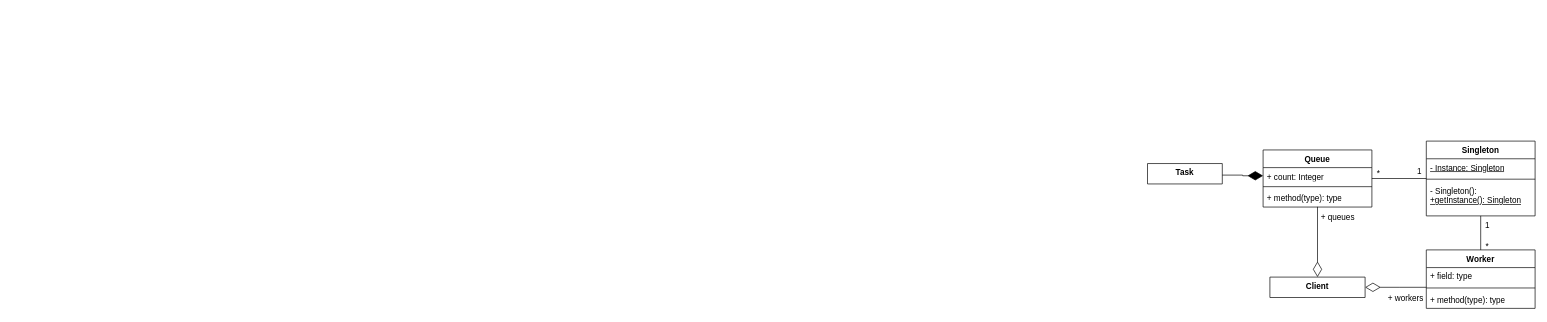
Above: lab01/lab01/Singleton.drawio.xml in UWU-Sharky/Shmakov_OOAP (draw.io), before the change. Source tidied: cells renumbered, new cells numbered last; positions are measured from the earlier drawing's top-left corner, leaving out a move shared by most shapes. Both pictures are drawn from the tidied source at 68%, with x=0, y=0 at pixel (1147, 141).
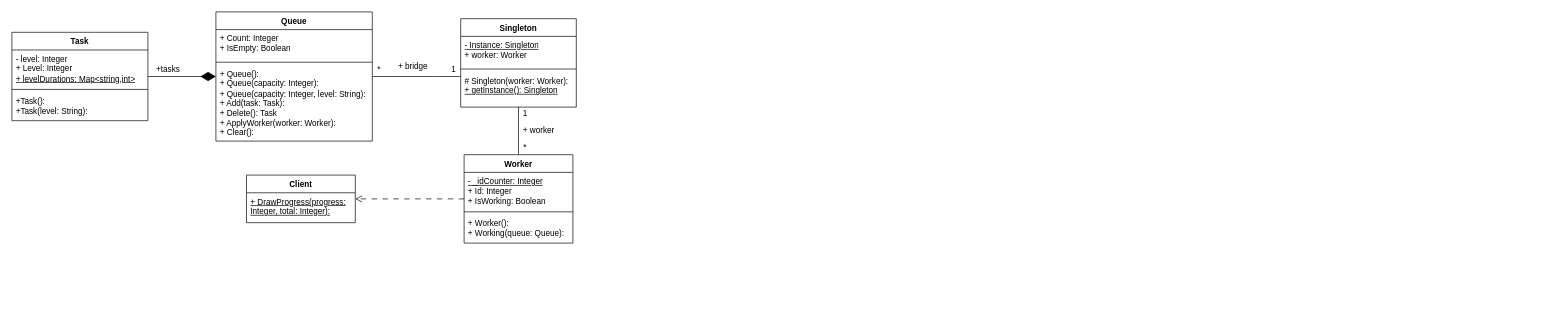
Above is the later version.

Commit message (it also covers changes not shown here):
UPD drawio daigram

The edit, as a diff of the source:
```diff
@@
-    <mxCell id="2" style="edgeStyle=orthogonalEdgeStyle;rounded=0;jettySize=auto;html=1;endArrow=none;endFill=0;endSize=8;startArrow=diamondThin;startFill=0;startSize=20;" parent="1" edge="1" source="3">
-      <mxGeometry relative="1" as="geometry">
-        <mxPoint x="410" y="215" as="targetPoint" />
-      </mxGeometry>
-    </mxCell>
+    <mxCell id="21" value="Task" style="swimlane;fontStyle=1;align=center;verticalAlign=top;horizontal=1;startSize=26;whiteSpace=wrap;html=1;" parent="1" vertex="1">
+      <mxGeometry x="-1670" y="-160" width="200" height="130" as="geometry" />
+    </mxCell>
+    <mxCell id="27" value="- level: Integer&lt;div&gt;+ Level: Integer&lt;/div&gt;&lt;div&gt;&lt;u&gt;+ levelDurations: Map&amp;lt;string,int&amp;gt;&lt;/u&gt;&lt;/div&gt;" style="text;strokeColor=none;fillColor=none;align=left;verticalAlign=top;spacingLeft=4;spacingRight=4;overflow=hidden;whiteSpace=wrap;html=1;" parent="21" vertex="1">
+      <mxGeometry y="26" width="200" height="54" as="geometry" />
+    </mxCell>
+    <mxCell id="28" style="line;strokeWidth=1;fillColor=none;align=left;verticalAlign=middle;spacingTop=-1;spacingLeft=3;spacingRight=3;labelPosition=right;strokeColor=inherit;" parent="21" vertex="1">
+      <mxGeometry y="80" width="200" height="8" as="geometry" />
+    </mxCell>
+    <mxCell id="29" value="+Task():&amp;nbsp;&lt;div&gt;+Task(level: String):&lt;/div&gt;" style="text;strokeColor=none;fillColor=none;align=left;verticalAlign=top;spacingLeft=4;spacingRight=4;overflow=hidden;whiteSpace=wrap;html=1;" parent="21" vertex="1">
+      <mxGeometry y="88" width="200" height="42" as="geometry" />
+    </mxCell>
+    <mxCell id="30" style="edgeStyle=orthogonalEdgeStyle;rounded=0;jettySize=auto;html=1;endArrow=none;endFill=0;startArrow=diamondThin;startFill=1;startSize=20;" parent="1" edge="1" source="10" target="21">
+      <mxGeometry relative="1" as="geometry" />
+    </mxCell>
+    <mxCell id="10" value="Queue" style="swimlane;fontStyle=1;align=center;verticalAlign=top;horizontal=1;startSize=26;whiteSpace=wrap;html=1;" parent="1" vertex="1">
+      <mxGeometry x="-1370" y="-190" width="230" height="190" as="geometry" />
+    </mxCell>
+    <mxCell id="31" value="&lt;div&gt;+ Count: Integer&lt;/div&gt;&lt;div&gt;+ IsEmpty: Boolean&lt;/div&gt;" style="text;strokeColor=none;fillColor=none;align=left;verticalAlign=top;spacingLeft=4;spacingRight=4;overflow=hidden;whiteSpace=wrap;html=1;" parent="10" vertex="1">
+      <mxGeometry y="26" width="230" height="44" as="geometry" />
+    </mxCell>
+    <mxCell id="32" style="line;strokeWidth=1;fillColor=none;align=left;verticalAlign=middle;spacingTop=-1;spacingLeft=3;spacingRight=3;labelPosition=right;strokeColor=inherit;" parent="10" vertex="1">
+      <mxGeometry y="70" width="230" height="8" as="geometry" />
+    </mxCell>
+    <mxCell id="33" value="+ Queue():&lt;div&gt;+&amp;nbsp;&lt;span style=&quot;background-color: transparent; color: light-dark(rgb(0, 0, 0), rgb(255, 255, 255));&quot;&gt;Queue(capacity: Integer):&lt;/span&gt;&lt;/div&gt;&lt;div&gt;+&amp;nbsp;&lt;span style=&quot;color: light-dark(rgb(0, 0, 0), rgb(255, 255, 255)); background-color: transparent;&quot;&gt;Queue(capacity: Integer, level: String):&lt;/span&gt;&lt;span style=&quot;background-color: transparent; color: light-dark(rgb(0, 0, 0), rgb(255, 255, 255));&quot;&gt;&lt;/span&gt;&lt;/div&gt;&lt;div&gt;+ Add(task: Task):&lt;/div&gt;&lt;div&gt;+ Delete(): Task&lt;/div&gt;&lt;div&gt;+ ApplyWorker(worker: Worker):&amp;nbsp;&lt;/div&gt;&lt;div&gt;+ Clear():&amp;nbsp;&lt;/div&gt;" style="text;strokeColor=none;fillColor=none;align=left;verticalAlign=top;spacingLeft=4;spacingRight=4;overflow=hidden;whiteSpace=wrap;html=1;" parent="10" vertex="1">
+      <mxGeometry y="78" width="230" height="112" as="geometry" />
+    </mxCell>
+    <mxCell id="34" value="+tasks" style="text;html=1;whiteSpace=wrap;strokeColor=none;fillColor=none;align=center;verticalAlign=middle;rounded=0;" parent="1" vertex="1">
+      <mxGeometry x="-1470" y="-120" width="60" height="30" as="geometry" />
+    </mxCell>
+    <mxCell id="35" style="edgeStyle=orthogonalEdgeStyle;rounded=0;jettySize=auto;html=1;endArrow=none;endFill=0;" parent="1" edge="1" source="5" target="10">
+      <mxGeometry relative="1" as="geometry">
+        <Array as="points">
+          <mxPoint x="-1050" y="-95" />
+          <mxPoint x="-1050" y="-95" />
+        </Array>
+      </mxGeometry>
+    </mxCell>
+    <mxCell id="5" value="Singleton" style="swimlane;fontStyle=1;align=center;verticalAlign=top;horizontal=1;startSize=26;whiteSpace=wrap;html=1;" parent="1" vertex="1">
+      <mxGeometry x="-1010" y="-180" width="170" height="130" as="geometry" />
+    </mxCell>
+    <mxCell id="36" value="&lt;u&gt;- Instance: Singleton&lt;/u&gt;&lt;div&gt;+ worker: Worker&lt;/div&gt;" style="text;strokeColor=none;fillColor=none;align=left;verticalAlign=top;spacingLeft=4;spacingRight=4;overflow=hidden;whiteSpace=wrap;html=1;" parent="5" vertex="1">
+      <mxGeometry y="26" width="170" height="44" as="geometry" />
+    </mxCell>
+    <mxCell id="37" style="line;strokeWidth=1;fillColor=none;align=left;verticalAlign=middle;spacingTop=-1;spacingLeft=3;spacingRight=3;labelPosition=right;strokeColor=inherit;" parent="5" vertex="1">
+      <mxGeometry y="70" width="170" height="8" as="geometry" />
+    </mxCell>
+    <mxCell id="38" value="# Singleton(worker: Worker):&lt;div&gt;&lt;u&gt;+ getInstance(): Singleton&lt;/u&gt;&lt;/div&gt;" style="text;strokeColor=none;fillColor=none;align=left;verticalAlign=top;spacingLeft=4;spacingRight=4;overflow=hidden;whiteSpace=wrap;html=1;" parent="5" vertex="1">
+      <mxGeometry y="78" width="170" height="52" as="geometry" />
+    </mxCell>
+    <mxCell id="39" value="+ bridge" style="text;html=1;whiteSpace=wrap;strokeColor=none;fillColor=none;align=center;verticalAlign=middle;rounded=0;" parent="1" vertex="1">
+      <mxGeometry x="-1110" y="-125" width="60" height="30" as="geometry" />
+    </mxCell>
+    <mxCell id="40" value="1" style="text;html=1;whiteSpace=wrap;strokeColor=none;fillColor=none;align=center;verticalAlign=middle;rounded=0;" parent="1" vertex="1">
+      <mxGeometry x="-1030" y="-115" width="20" height="20" as="geometry" />
+    </mxCell>
+    <mxCell id="41" value="*" style="text;html=1;whiteSpace=wrap;strokeColor=none;fillColor=none;align=center;verticalAlign=middle;rounded=0;" parent="1" vertex="1">
+      <mxGeometry x="-1140" y="-115" width="20" height="20" as="geometry" />
+    </mxCell>
+    <mxCell id="42" style="edgeStyle=orthogonalEdgeStyle;rounded=0;jettySize=auto;html=1;startArrow=none;startFill=0;endArrow=none;endFill=0;" parent="1" edge="1" source="14" target="5">
+      <mxGeometry relative="1" as="geometry" />
+    </mxCell>
+    <mxCell id="43" style="edgeStyle=orthogonalEdgeStyle;rounded=0;jettySize=auto;html=1;dashed=1;dashPattern=8 8;endArrow=open;endFill=0;endSize=8;" parent="1" edge="1" source="14" target="3">
+      <mxGeometry relative="1" as="geometry" />
+    </mxCell>
+    <mxCell id="14" value="Worker" style="swimlane;fontStyle=1;align=center;verticalAlign=top;horizontal=1;startSize=26;whiteSpace=wrap;html=1;" parent="1" vertex="1">
+      <mxGeometry x="-1005" y="20" width="160" height="130" as="geometry" />
+    </mxCell>
+    <mxCell id="44" value="&lt;u&gt;- _idCounter: Integer&lt;/u&gt;&lt;div&gt;+ Id: Integer&lt;/div&gt;&lt;div&gt;+ IsWorking: Boolean&lt;/div&gt;" style="text;strokeColor=none;fillColor=none;align=left;verticalAlign=top;spacingLeft=4;spacingRight=4;overflow=hidden;whiteSpace=wrap;html=1;" parent="14" vertex="1">
+      <mxGeometry y="26" width="160" height="54" as="geometry" />
+    </mxCell>
+    <mxCell id="45" style="line;strokeWidth=1;fillColor=none;align=left;verticalAlign=middle;spacingTop=-1;spacingLeft=3;spacingRight=3;labelPosition=right;strokeColor=inherit;" parent="14" vertex="1">
+      <mxGeometry y="80" width="160" height="8" as="geometry" />
+    </mxCell>
+    <mxCell id="46" value="+ Worker():&lt;div&gt;+ Working(queue: Queue):&lt;/div&gt;" style="text;strokeColor=none;fillColor=none;align=left;verticalAlign=top;spacingLeft=4;spacingRight=4;overflow=hidden;whiteSpace=wrap;html=1;" parent="14" vertex="1">
+      <mxGeometry y="88" width="160" height="42" as="geometry" />
+    </mxCell>
+    <mxCell id="47" value="+ worker" style="text;html=1;whiteSpace=wrap;strokeColor=none;fillColor=none;align=center;verticalAlign=middle;rounded=0;" parent="1" vertex="1">
+      <mxGeometry x="-925" y="-30" width="60" height="30" as="geometry" />
+    </mxCell>
+    <mxCell id="48" value="1" style="text;html=1;whiteSpace=wrap;strokeColor=none;fillColor=none;align=center;verticalAlign=middle;rounded=0;" parent="1" vertex="1">
+      <mxGeometry x="-925" y="-50" width="20" height="20" as="geometry" />
+    </mxCell>
+    <mxCell id="49" value="*" style="text;html=1;whiteSpace=wrap;strokeColor=none;fillColor=none;align=center;verticalAlign=middle;rounded=0;" parent="1" vertex="1">
+      <mxGeometry x="-925" width="20" height="20" as="geometry" />
+    </mxCell>
-    <mxCell id="3" value="Client" style="swimlane;fontStyle=1;align=center;verticalAlign=top;horizontal=1;startSize=30;whiteSpace=wrap;html=1;" parent="1" vertex="1">
-      <mxGeometry x="180" y="200" width="140" height="30" as="geometry" />
+    <mxCell id="3" value="Client" style="swimlane;fontStyle=1;align=center;verticalAlign=top;horizontal=1;startSize=26;whiteSpace=wrap;html=1;" parent="1" vertex="1">
+      <mxGeometry x="-1325" y="50" width="160" height="70" as="geometry" />
     </mxCell>
-    <mxCell id="4" style="edgeStyle=orthogonalEdgeStyle;rounded=0;jettySize=auto;html=1;endArrow=none;endFill=0;endSize=8;" parent="1" edge="1" source="5" target="14">
-      <mxGeometry relative="1" as="geometry" />
-    </mxCell>
-    <mxCell id="5" value="Singleton" style="swimlane;fontStyle=1;align=center;verticalAlign=top;horizontal=1;startSize=26;whiteSpace=wrap;html=1;" parent="1" vertex="1">
-      <mxGeometry x="410" width="160" height="110" as="geometry" />
-    </mxCell>
-    <mxCell id="6" value="&lt;u&gt;- Instance: Singleton&lt;/u&gt;" style="text;strokeColor=none;fillColor=none;align=left;verticalAlign=top;spacingLeft=4;spacingRight=4;overflow=hidden;whiteSpace=wrap;html=1;" parent="5" vertex="1">
-      <mxGeometry y="26" width="160" height="26" as="geometry" />
-    </mxCell>
-    <mxCell id="7" style="line;strokeWidth=1;fillColor=none;align=left;verticalAlign=middle;spacingTop=-1;spacingLeft=3;spacingRight=3;labelPosition=right;strokeColor=inherit;" parent="5" vertex="1">
-      <mxGeometry y="52" width="160" height="8" as="geometry" />
-    </mxCell>
-    <mxCell id="8" value="- Singleton():&lt;div&gt;&lt;u&gt;+getInstance(): Singleton&lt;/u&gt;&lt;/div&gt;" style="text;strokeColor=none;fillColor=none;align=left;verticalAlign=top;spacingLeft=4;spacingRight=4;overflow=hidden;whiteSpace=wrap;html=1;" parent="5" vertex="1">
-      <mxGeometry y="60" width="160" height="50" as="geometry" />
-    </mxCell>
-    <mxCell id="9" style="edgeStyle=orthogonalEdgeStyle;rounded=0;jettySize=auto;html=1;endArrow=none;endFill=0;endSize=8;" parent="1" edge="1" source="10" target="5">
-      <mxGeometry relative="1" as="geometry" />
-    </mxCell>
-    <mxCell id="10" value="Queue" style="swimlane;fontStyle=1;align=center;verticalAlign=top;horizontal=1;startSize=26;whiteSpace=wrap;html=1;" parent="1" vertex="1">
-      <mxGeometry x="170" y="13" width="160" height="84" as="geometry" />
-    </mxCell>
-    <mxCell id="11" value="&lt;div&gt;+ count: Integer&lt;/div&gt;" style="text;strokeColor=none;fillColor=none;align=left;verticalAlign=top;spacingLeft=4;spacingRight=4;overflow=hidden;points=[[0,0.5],[1,0.5]];portConstraint=eastwest;whiteSpace=wrap;html=1;" parent="10" vertex="1">
-      <mxGeometry y="26" width="160" height="24" as="geometry" />
-    </mxCell>
-    <mxCell id="12" style="line;strokeWidth=1;fillColor=none;align=left;verticalAlign=middle;spacingTop=-1;spacingLeft=3;spacingRight=3;labelPosition=right;strokeColor=inherit;" parent="10" vertex="1">
-      <mxGeometry y="50" width="160" height="8" as="geometry" />
-    </mxCell>
-    <mxCell id="13" value="+ method(type): type" style="text;strokeColor=none;fillColor=none;align=left;verticalAlign=top;spacingLeft=4;spacingRight=4;overflow=hidden;points=[[0,0.5],[1,0.5]];portConstraint=eastwest;whiteSpace=wrap;html=1;" parent="10" vertex="1">
-      <mxGeometry y="58" width="160" height="26" as="geometry" />
-    </mxCell>
-    <mxCell id="14" value="Worker" style="swimlane;fontStyle=1;align=center;verticalAlign=top;horizontal=1;startSize=26;whiteSpace=wrap;html=1;" parent="1" vertex="1">
-      <mxGeometry x="410" y="160" width="160" height="86" as="geometry" />
-    </mxCell>
-    <mxCell id="15" value="+ field: type" style="text;strokeColor=none;fillColor=none;align=left;verticalAlign=top;spacingLeft=4;spacingRight=4;overflow=hidden;whiteSpace=wrap;html=1;" parent="14" vertex="1">
-      <mxGeometry y="26" width="160" height="26" as="geometry" />
-    </mxCell>
-    <mxCell id="16" style="line;strokeWidth=1;fillColor=none;align=left;verticalAlign=middle;spacingTop=-1;spacingLeft=3;spacingRight=3;labelPosition=right;strokeColor=inherit;" parent="14" vertex="1">
-      <mxGeometry y="52" width="160" height="8" as="geometry" />
-    </mxCell>
-    <mxCell id="17" value="+ method(type): type" style="text;strokeColor=none;fillColor=none;align=left;verticalAlign=top;spacingLeft=4;spacingRight=4;overflow=hidden;whiteSpace=wrap;html=1;" parent="14" vertex="1">
-      <mxGeometry y="60" width="160" height="26" as="geometry" />
-    </mxCell>
-    <mxCell id="18" style="edgeStyle=orthogonalEdgeStyle;rounded=0;jettySize=auto;html=1;entryX=0.5;entryY=0.987;entryDx=0;entryDy=0;entryPerimeter=0;endArrow=none;endFill=0;endSize=8;startArrow=diamondThin;startFill=0;startSize=20;" parent="1" edge="1" source="3" target="13">
-      <mxGeometry relative="1" as="geometry" />
-    </mxCell>
-    <mxCell id="19" value="+ queues" style="text;html=1;whiteSpace=wrap;strokeColor=none;fillColor=none;align=center;verticalAlign=middle;rounded=0;" parent="1" vertex="1">
-      <mxGeometry x="250" y="97" width="60" height="30" as="geometry" />
-    </mxCell>
-    <mxCell id="20" value="+ workers" style="text;html=1;whiteSpace=wrap;strokeColor=none;fillColor=none;align=center;verticalAlign=middle;rounded=0;" parent="1" vertex="1">
-      <mxGeometry x="350" y="216" width="60" height="30" as="geometry" />
-    </mxCell>
-    <mxCell id="21" value="Task" style="swimlane;fontStyle=1;align=center;verticalAlign=top;horizontal=1;startSize=43;whiteSpace=wrap;html=1;" parent="1" vertex="1">
-      <mxGeometry y="33" width="110" height="30" as="geometry" />
-    </mxCell>
-    <mxCell id="22" style="edgeStyle=orthogonalEdgeStyle;rounded=0;jettySize=auto;html=1;endArrow=none;endFill=0;startArrow=diamondThin;startFill=1;startSize=20;" parent="1" edge="1" source="11">
-      <mxGeometry relative="1" as="geometry">
-        <mxPoint x="110" y="50" as="targetPoint" />
-        <Array as="points">
-          <mxPoint x="140" y="51" />
-          <mxPoint x="110" y="50" />
-        </Array>
-      </mxGeometry>
-    </mxCell>
-    <mxCell id="23" value="*" style="text;html=1;whiteSpace=wrap;strokeColor=none;fillColor=none;align=center;verticalAlign=middle;rounded=0;" parent="1" vertex="1">
-      <mxGeometry x="310" y="33" width="60" height="30" as="geometry" />
-    </mxCell>
-    <mxCell id="24" value="*" style="text;html=1;whiteSpace=wrap;strokeColor=none;fillColor=none;align=center;verticalAlign=middle;rounded=0;" parent="1" vertex="1">
-      <mxGeometry x="470" y="140" width="60" height="30" as="geometry" />
-    </mxCell>
-    <mxCell id="25" value="1" style="text;html=1;whiteSpace=wrap;strokeColor=none;fillColor=none;align=center;verticalAlign=middle;rounded=0;" parent="1" vertex="1">
-      <mxGeometry x="370" y="30" width="60" height="30" as="geometry" />
-    </mxCell>
-    <mxCell id="26" value="1" style="text;html=1;whiteSpace=wrap;strokeColor=none;fillColor=none;align=center;verticalAlign=middle;rounded=0;" parent="1" vertex="1">
-      <mxGeometry x="470" y="110" width="60" height="30" as="geometry" />
-    </mxCell>
+    <mxCell id="50" value="&lt;u&gt;+ DrawProgress(progress: Integer, total: Integer):&lt;/u&gt;" style="text;strokeColor=none;fillColor=none;align=left;verticalAlign=top;spacingLeft=4;spacingRight=4;overflow=hidden;whiteSpace=wrap;html=1;" parent="3" vertex="1">
+      <mxGeometry y="26" width="160" height="44" as="geometry" />
+    </mxCell>
```
